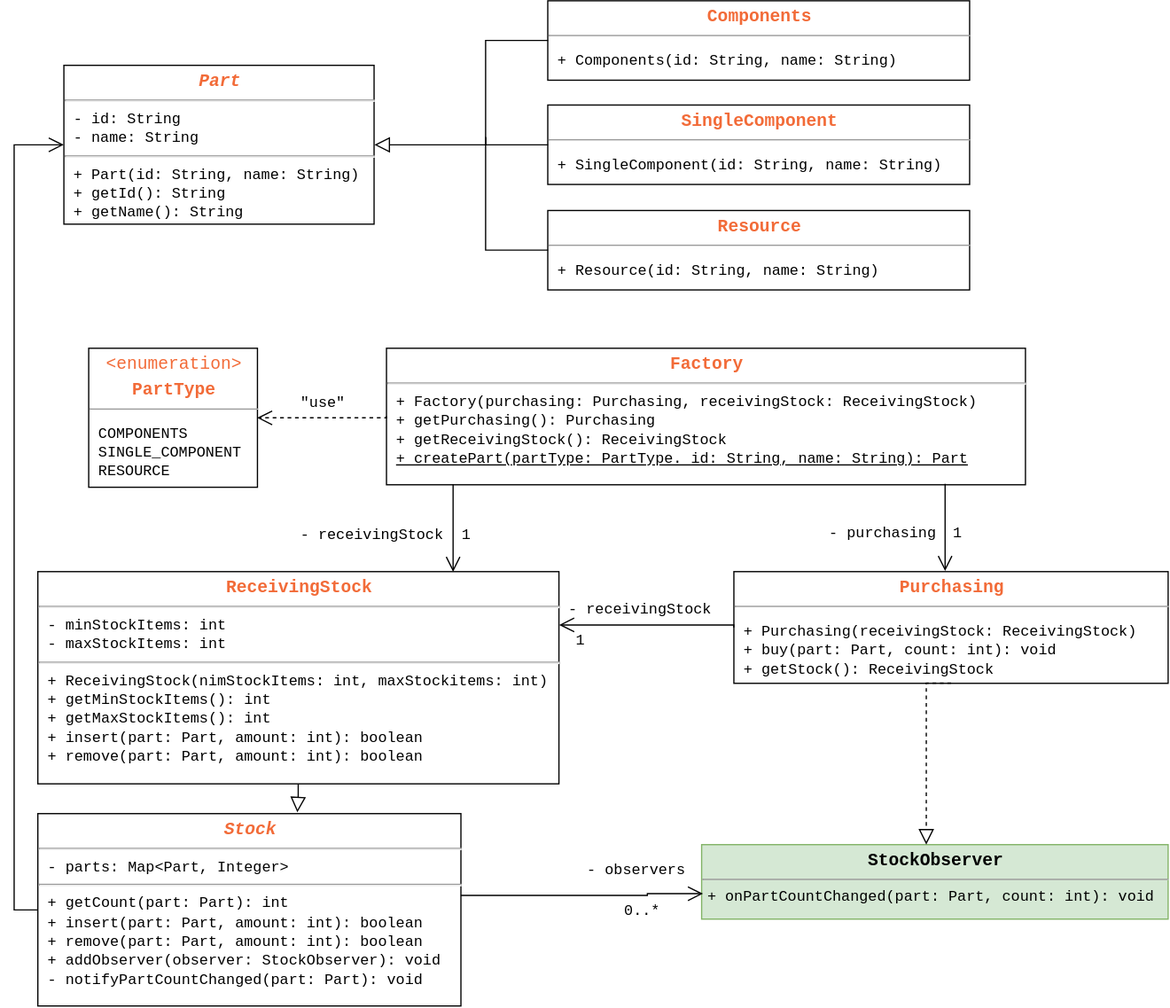
Before: docs/tasks/exam/assets/Part_Management.svg, a diagram exported from draw.io (sierikov/inloop). Source tidied: cells renumbered, new cells last; positions are measured from the earlier drawing's top-left corner, leaving out a move shared by most shapes.
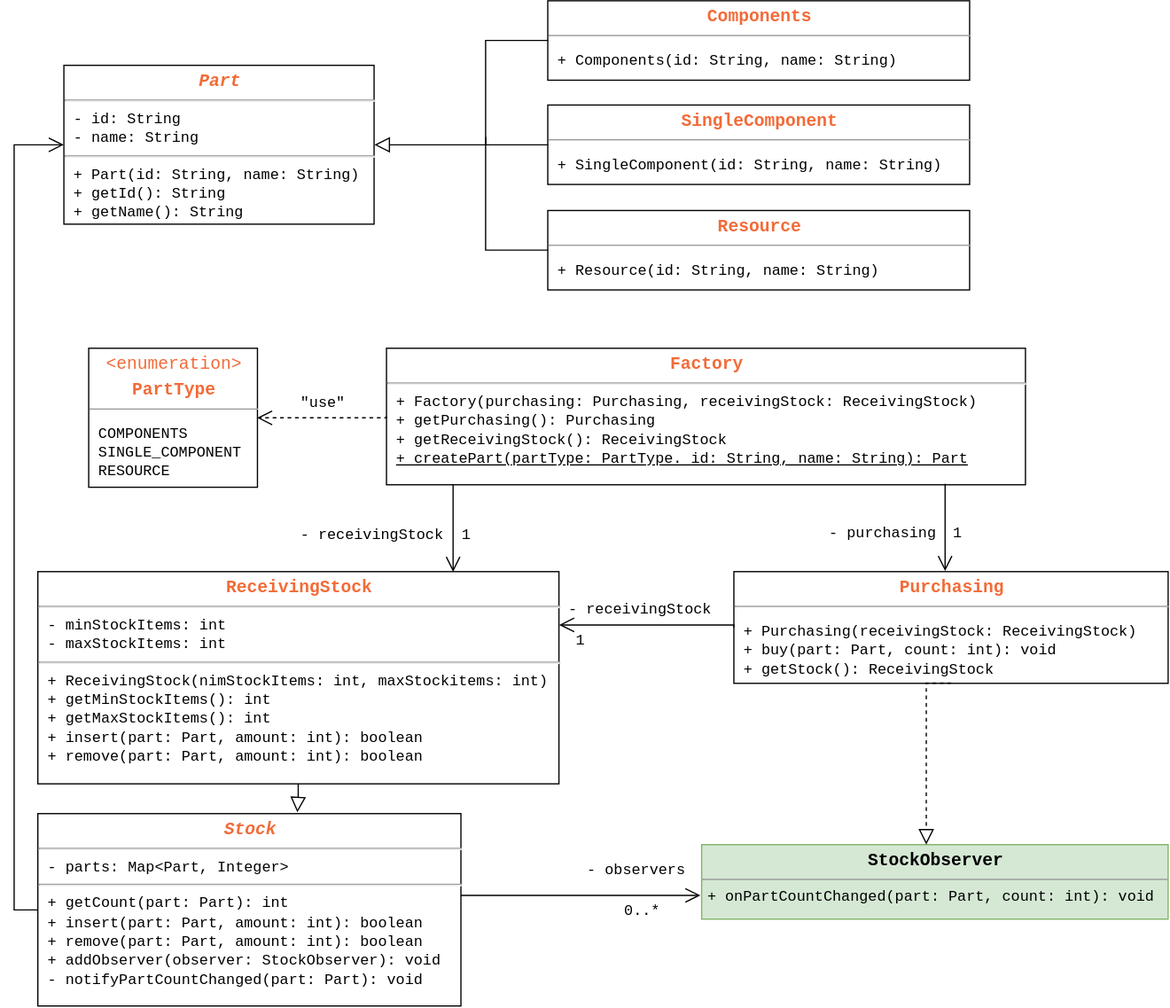
Later version of the same file.

Commit message:
Fixed Line in Part Management svg Diagram

What changed in the source:
```diff
@@ -117,12 +117,8 @@
     <mxCell id="26" value="&lt;p style=&quot;margin: 0px ; margin-top: 4px ; text-align: center&quot;&gt;&lt;font color=&quot;#f26b38&quot; face=&quot;Courier New&quot;&gt;&lt;span style=&quot;font-size: 14px&quot;&gt;&lt;b&gt;&lt;i&gt;Stock&lt;/i&gt;&lt;/b&gt;&lt;/span&gt;&lt;/font&gt;&lt;/p&gt;&lt;hr&gt;&lt;font face=&quot;Courier New&quot;&gt;&amp;nbsp;- parts: Map&amp;lt;Part, Integer&amp;gt;&lt;br&gt;&lt;/font&gt;&lt;hr&gt;&lt;font face=&quot;Courier New&quot;&gt;&amp;nbsp;+ getCount(part: Part): int&lt;br&gt;&amp;nbsp;+ insert(part: Part, amount: int): boolean&lt;br&gt;&amp;nbsp;+ remove(part: Part, amount: int): boolean&lt;br&gt;&amp;nbsp;+ addObserver(observer: StockObserver): void&lt;br&gt;&amp;nbsp;- notifyPartCountChanged(part: Part): void&lt;br&gt;&lt;/font&gt;" style="verticalAlign=top;align=left;overflow=fill;fontSize=12;fontFamily=Helvetica;html=1;rounded=0;shadow=0;comic=0;labelBackgroundColor=none;strokeColor=#000000;strokeWidth=1;fillColor=#ffffff;" parent="1" vertex="1">
       <mxGeometry x="19" y="655" width="341" height="155" as="geometry" />
     </mxCell>
-    <mxCell id="27" style="edgeStyle=orthogonalEdgeStyle;rounded=0;html=1;labelBackgroundColor=none;startFill=0;endArrow=none;endFill=0;endSize=10;fontFamily=Verdana;fontSize=10;startArrow=open;startSize=10;entryX=0.999;entryY=0.423;entryDx=0;entryDy=0;entryPerimeter=0;exitX=0.002;exitY=0.66;exitDx=0;exitDy=0;exitPerimeter=0;" parent="1" edge="1" source="24" target="26">
-      <mxGeometry relative="1" as="geometry">
-        <Array as="points">
-          <mxPoint x="510" y="720" />
-        </Array>
-      </mxGeometry>
+    <mxCell id="27" style="edgeStyle=orthogonalEdgeStyle;rounded=0;html=1;labelBackgroundColor=none;startFill=0;endArrow=none;endFill=0;endSize=10;fontFamily=Verdana;fontSize=10;startArrow=open;startSize=10;entryX=0.999;entryY=0.423;entryDx=0;entryDy=0;entryPerimeter=0;exitX=-0.003;exitY=0.682;exitDx=0;exitDy=0;exitPerimeter=0;" parent="1" edge="1" source="24" target="26">
+      <mxGeometry relative="1" as="geometry" />
     </mxCell>
     <mxCell id="28" value="&lt;span&gt;&lt;font face=&quot;Courier New&quot;&gt;- observers&lt;/font&gt;&lt;/span&gt;&lt;font face=&quot;Courier New&quot;&gt;&lt;br&gt;&lt;/font&gt;" style="text;html=1;align=left;verticalAlign=top;spacingTop=-4;" parent="1" vertex="1">
       <mxGeometry x="460" y="690" width="90" height="20" as="geometry" />
```
